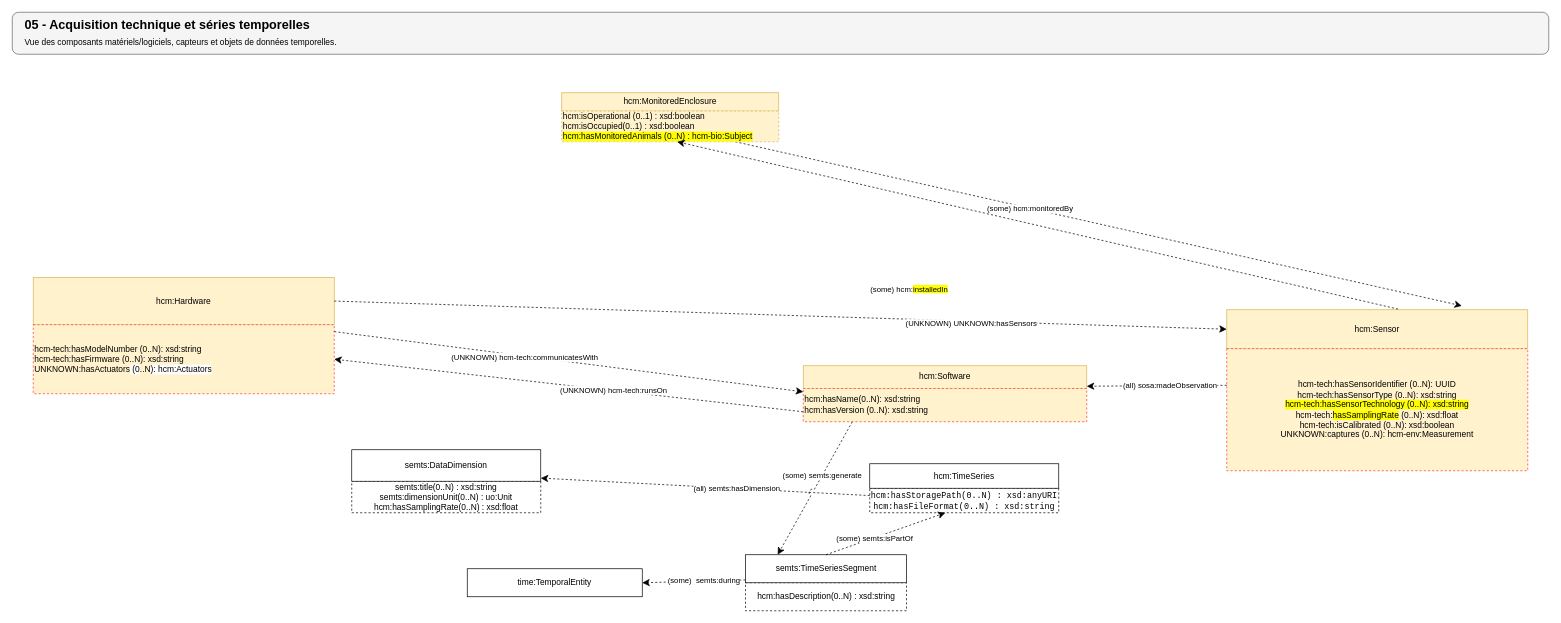
dhuzard/HCMO keeps this draw.io diagram as page "05 - Acquisition technique et séries temporelles" (7 of 7) of docs/paper/sources/figures/version_rapport.drawio. Above is the earlier version. Source tidied: cells renumbered, new cells numbered last; positions are measured from the earlier drawing's top-left corner, leaving out a move shared by most shapes. Both pictures are drawn from the tidied source at 70%, with x=0, y=0 at pixel (12, 12).
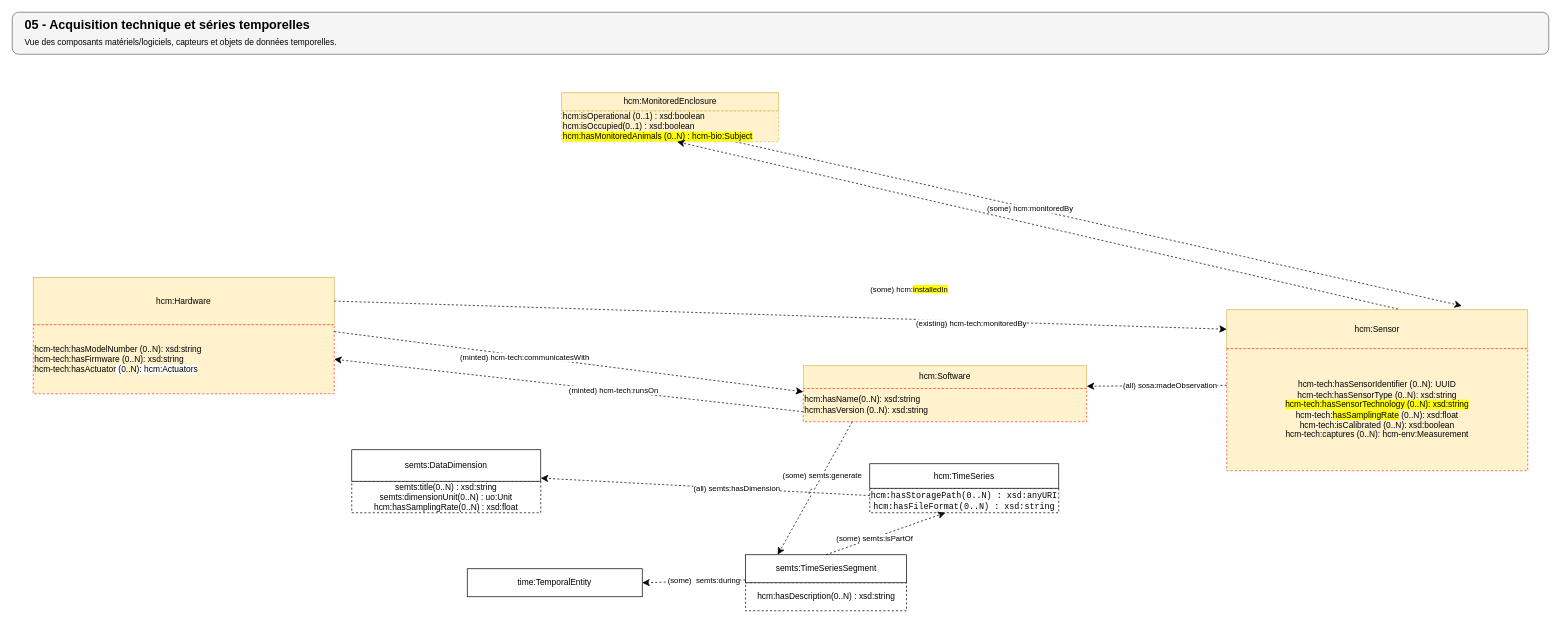
Above is the later version.

Unchanged cells that the change refers to:
```xml
<mxCell id="8" style="group;" parent="1" vertex="1">
  <mxGeometry x="1735" y="425" width="430" height="230" as="geometry" />
</mxCell>
<mxCell id="14" style="group;" parent="1" vertex="1">
  <mxGeometry x="30" y="378.8" width="430" height="186.2" as="geometry" />
</mxCell>
<mxCell id="17" style="endArrow=classic;html=1;exitX=1;exitY=0.5;exitDx=0;exitDy=0;entryX=0;entryY=0.5;entryDx=0;entryDy=0;endSize=8;dashed=1;arcSize=0;rounded=0;jumpStyle=arc;jumpSize=10;" parent="1" edge="1" source="15" target="9">
  <mxGeometry relative="1" as="geometry" />
</mxCell>
<mxCell id="19" style="endArrow=classic;html=1;exitX=1;exitY=0.1;exitDx=0;exitDy=0;entryX=0;entryY=0.1;entryDx=0;entryDy=0;endSize=8;dashed=1;arcSize=0;rounded=0;" parent="1" edge="1" source="16" target="13">
  <mxGeometry relative="1" as="geometry" />
</mxCell>
<mxCell id="21" style="endArrow=classic;html=1;exitX=0;exitY=0.7;exitDx=0;exitDy=0;entryX=1;entryY=0.5;entryDx=0;entryDy=0;endSize=8;dashed=1;arcSize=0;rounded=0;" parent="1" edge="1" source="13" target="16">
  <mxGeometry relative="1" as="geometry" />
</mxCell>
```

The edit, as a diff of the source:
```diff
@@
-    <mxCell id="10" value="&lt;div&gt;&lt;div&gt;hcm-tech:hasSensorIdentifier (0..N): UUID&lt;/div&gt;&lt;/div&gt;&lt;div&gt;hcm-tech:hasSensorType (0..N): xsd:string&lt;/div&gt;&lt;div&gt;&lt;div&gt;&lt;span style=&quot;background-color: rgb(255, 255, 0);&quot;&gt;hcm-tech:hasSensorTechnology (0..N): xsd:string&lt;/span&gt;&lt;/div&gt;&lt;/div&gt;&lt;div&gt;hcm-tech:&lt;span style=&quot;background-color: rgb(255, 255, 0);&quot;&gt;hasSamplingRate&lt;/span&gt; (0..N): xsd:float&lt;/div&gt;&lt;div&gt;hcm-tech:isCalibrated (0..N): xsd:boolean&lt;/div&gt;&lt;div&gt;UNKNOWN:captures (0..N): hcm-env:Measurement&lt;/div&gt;" style="rounded=0;whiteSpace=wrap;html=1;snapToPoint=1;points=[[0.1,0],[0.2,0],[0.3,0],[0.4,0],[0.5,0],[0.6,0],[0.7,0],[0.8,0],[0.9,0],[0,0.1],[0,0.3],[0,0.5],[0,0.7],[0,0.9],[0.1,1],[0.2,1],[0.3,1],[0.4,1],[0.5,1],[0.6,1],[0.7,1],[0.8,1],[0.9,1],[1,0.1],[1,0.3],[1,0.5],[1,0.7],[1,0.9]];dashed=1;fillColor=#fff2cc;strokeColor=#FF3333;" parent="8" vertex="1">
+    <mxCell id="10" value="&lt;div&gt;&lt;div&gt;hcm-tech:hasSensorIdentifier (0..N): UUID&lt;/div&gt;&lt;/div&gt;&lt;div&gt;hcm-tech:hasSensorType (0..N): xsd:string&lt;/div&gt;&lt;div&gt;&lt;div&gt;&lt;span style=&quot;background-color: rgb(255, 255, 0);&quot;&gt;hcm-tech:hasSensorTechnology (0..N): xsd:string&lt;/span&gt;&lt;/div&gt;&lt;/div&gt;&lt;div&gt;hcm-tech:&lt;span style=&quot;background-color: rgb(255, 255, 0);&quot;&gt;hasSamplingRate&lt;/span&gt; (0..N): xsd:float&lt;/div&gt;&lt;div&gt;hcm-tech:isCalibrated (0..N): xsd:boolean&lt;/div&gt;&lt;div&gt;hcm-tech:captures (0..N): hcm-env:Measurement&lt;/div&gt;" style="rounded=0;whiteSpace=wrap;html=1;snapToPoint=1;points=[[0.1,0],[0.2,0],[0.3,0],[0.4,0],[0.5,0],[0.6,0],[0.7,0],[0.8,0],[0.9,0],[0,0.1],[0,0.3],[0,0.5],[0,0.7],[0,0.9],[0.1,1],[0.2,1],[0.3,1],[0.4,1],[0.5,1],[0.6,1],[0.7,1],[0.8,1],[0.9,1],[1,0.1],[1,0.3],[1,0.5],[1,0.7],[1,0.9]];dashed=1;fillColor=#fff2cc;strokeColor=#FF3333;" parent="8" vertex="1">
       <mxGeometry y="55.6" width="430" height="174.4" as="geometry" />
     </mxCell>
@@
-    <mxCell id="16" value="&lt;div&gt;hcm-tech:hasModelNumber (0&lt;span style=&quot;text-align: center;&quot;&gt;..N&lt;/span&gt;): xsd:string&lt;/div&gt;&lt;div&gt;hcm-tech:hasFirmware (0&lt;span style=&quot;text-align: center;&quot;&gt;..N&lt;/span&gt;): xsd:string&lt;/div&gt;UNKNOWN:hasActuators&lt;span style=&quot;background-color: light-dark(#ffffff, var(--ge-dark-color, #121212));&quot;&gt; (0&lt;/span&gt;&lt;span style=&quot;text-align: center;&quot;&gt;..N&lt;/span&gt;&lt;span style=&quot;background-color: light-dark(#ffffff, var(--ge-dark-color, #121212));&quot;&gt;): hcm:Actuators&lt;/span&gt;" style="rounded=0;whiteSpace=wrap;html=1;snapToPoint=1;points=[[0.1,0],[0.2,0],[0.3,0],[0.4,0],[0.5,0],[0.6,0],[0.7,0],[0.8,0],[0.9,0],[0,0.1],[0,0.3],[0,0.5],[0,0.7],[0,0.9],[0.1,1],[0.2,1],[0.3,1],[0.4,1],[0.5,1],[0.6,1],[0.7,1],[0.8,1],[0.9,1],[1,0.1],[1,0.3],[1,0.5],[1,0.7],[1,0.9]];dashed=1;align=left;fillColor=#fff2cc;strokeColor=#FF3333;" parent="14" vertex="1">
+    <mxCell id="16" value="&lt;div&gt;hcm-tech:hasModelNumber (0&lt;span style=&quot;text-align: center;&quot;&gt;..N&lt;/span&gt;): xsd:string&lt;/div&gt;&lt;div&gt;hcm-tech:hasFirmware (0&lt;span style=&quot;text-align: center;&quot;&gt;..N&lt;/span&gt;): xsd:string&lt;/div&gt;hcm-tech:hasActuator&lt;span style=&quot;background-color: light-dark(#ffffff, var(--ge-dark-color, #121212));&quot;&gt; (0&lt;/span&gt;&lt;span style=&quot;text-align: center;&quot;&gt;..N&lt;/span&gt;&lt;span style=&quot;background-color: light-dark(#ffffff, var(--ge-dark-color, #121212));&quot;&gt;): hcm:Actuators&lt;/span&gt;" style="rounded=0;whiteSpace=wrap;html=1;snapToPoint=1;points=[[0.1,0],[0.2,0],[0.3,0],[0.4,0],[0.5,0],[0.6,0],[0.7,0],[0.8,0],[0.9,0],[0,0.1],[0,0.3],[0,0.5],[0,0.7],[0,0.9],[0.1,1],[0.2,1],[0.3,1],[0.4,1],[0.5,1],[0.6,1],[0.7,1],[0.8,1],[0.9,1],[1,0.1],[1,0.3],[1,0.5],[1,0.7],[1,0.9]];dashed=1;align=left;fillColor=#fff2cc;strokeColor=#FF3333;" parent="14" vertex="1">
       <mxGeometry y="67.6" width="430" height="98.6" as="geometry" />
     </mxCell>
@@
-    <mxCell id="18" value="&lt;div&gt;(UNKNOWN) UNKNOWN:hasSensors&lt;/div&gt;" style="edgeLabel;html=1;align=center;verticalAlign=middle;" parent="17" vertex="1">
+    <mxCell id="18" value="&lt;div&gt;(existing) hcm-tech:monitoredBy&lt;/div&gt;" style="edgeLabel;html=1;align=center;verticalAlign=middle;" parent="17" vertex="1">
       <mxGeometry x="-0.19" y="-1" relative="1" as="geometry">
         <mxPoint x="393" y="15" as="offset" />
       </mxGeometry>
     </mxCell>
@@
-    <mxCell id="20" value="(UNKNOWN) hcm-tech:communicatesWith" style="edgeLabel;html=1;align=center;verticalAlign=middle;" parent="19" vertex="1">
+    <mxCell id="20" value="(minted) hcm-tech:communicatesWith" style="edgeLabel;html=1;align=center;verticalAlign=middle;" parent="19" vertex="1">
       <mxGeometry x="-0.19" y="-1" relative="1" as="geometry" />
     </mxCell>
@@
-    <mxCell id="22" value="(UNKNOWN) hcm-tech:runsOn" style="edgeLabel;html=1;align=center;verticalAlign=middle;" parent="21" vertex="1">
+    <mxCell id="22" value="(minted) hcm-tech:runsOn" style="edgeLabel;html=1;align=center;verticalAlign=middle;" parent="21" vertex="1">
       <mxGeometry x="-0.19" y="-1" relative="1" as="geometry" />
     </mxCell>
```
